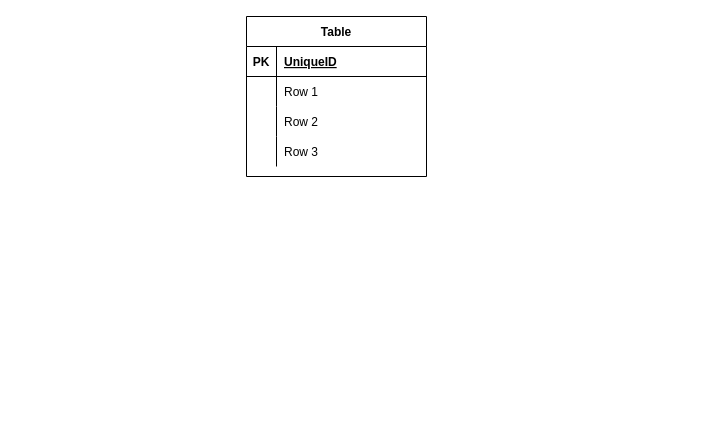
The draw.io diagram Database/PRN292_Assignment.drawio in passion-Infinity/PRN292_Assignment, before the edit. Source tidied: cells renumbered, new cells numbered last; positions are measured from the earlier drawing's top-left corner, leaving out a move shared by most shapes. Both pictures are drawn from the tidied source at 100%, with x=0, y=0 at pixel (246, 16).
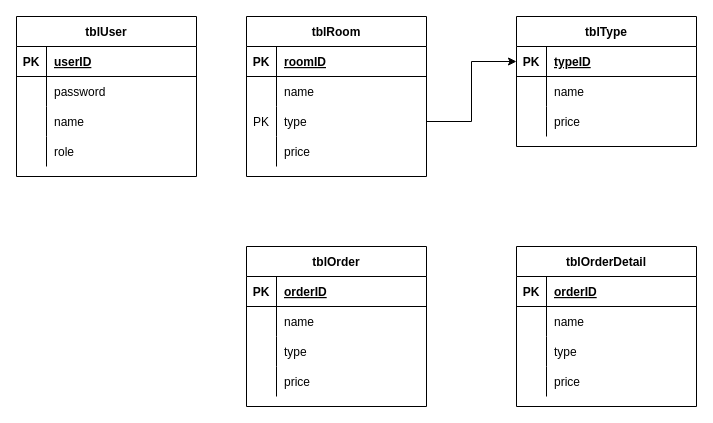
The same diagram, later.

The change refers to these unchanged cells:
```xml
<mxCell id="3" style="shape=partialRectangle;fillColor=none;top=0;left=0;bottom=1;right=0;" parent="2" vertex="1">
  <mxGeometry y="30" width="180" height="30" as="geometry" />
</mxCell>
<mxCell id="6" style="shape=partialRectangle;fillColor=none;top=0;left=0;bottom=0;right=0;" parent="2" vertex="1">
  <mxGeometry y="60" width="180" height="30" as="geometry" />
</mxCell>
<mxCell id="9" style="shape=partialRectangle;fillColor=none;top=0;left=0;bottom=0;right=0;points=[[0,0.5],[1,0.5]];portConstraint=eastwest;" parent="2" vertex="1">
  <mxGeometry y="90" width="180" height="30" as="geometry" />
</mxCell>
```

Diff of the diagram source:
```diff
@@
-    <mxCell id="2" value="Table" style="shape=table;startSize=30;childLayout=tableLayout;rowLines=0;fontStyle=1;align=center;" parent="1" vertex="1">
+    <mxCell id="2" value="tblRoom" style="shape=table;startSize=30;childLayout=tableLayout;rowLines=0;fontStyle=1;align=center;" parent="1" vertex="1">
       <mxGeometry width="180" height="160" as="geometry" />
     </mxCell>
@@
-    <mxCell id="5" value="UniqueID" style="shape=partialRectangle;fillColor=none;top=0;left=0;bottom=0;right=0;align=left;spacingLeft=6;fontStyle=5;overflow=hidden;" parent="3" vertex="1">
+    <mxCell id="5" value="roomID" style="shape=partialRectangle;fillColor=none;top=0;left=0;bottom=0;right=0;align=left;spacingLeft=6;fontStyle=5;overflow=hidden;" parent="3" vertex="1">
       <mxGeometry x="30" width="150" height="30" as="geometry" />
     </mxCell>
@@
-    <mxCell id="8" value="Row 1" style="shape=partialRectangle;fillColor=none;top=0;left=0;bottom=0;right=0;align=left;spacingLeft=6;overflow=hidden;" parent="6" vertex="1">
+    <mxCell id="8" value="name" style="shape=partialRectangle;fillColor=none;top=0;left=0;bottom=0;right=0;align=left;spacingLeft=6;overflow=hidden;" parent="6" vertex="1">
       <mxGeometry x="30" width="150" height="30" as="geometry" />
     </mxCell>
@@
-    <mxCell id="10" style="shape=partialRectangle;fillColor=none;top=0;left=0;bottom=0;right=0;overflow=hidden;" parent="9" vertex="1">
+    <mxCell id="10" value="PK" style="shape=partialRectangle;fillColor=none;top=0;left=0;bottom=0;right=0;overflow=hidden;" parent="9" vertex="1">
       <mxGeometry width="30" height="30" as="geometry" />
     </mxCell>
-    <mxCell id="11" value="Row 2" style="shape=partialRectangle;fillColor=none;top=0;left=0;bottom=0;right=0;align=left;spacingLeft=6;overflow=hidden;" parent="9" vertex="1">
+    <mxCell id="11" value="type" style="shape=partialRectangle;fillColor=none;top=0;left=0;bottom=0;right=0;align=left;spacingLeft=6;overflow=hidden;" parent="9" vertex="1">
       <mxGeometry x="30" width="150" height="30" as="geometry" />
     </mxCell>
-    <mxCell id="12" style="shape=partialRectangle;fillColor=none;top=0;left=0;bottom=0;right=0;" parent="2" vertex="1">
-      <mxGeometry y="120" width="180" height="30" as="geometry" />
-    </mxCell>
-    <mxCell id="13" style="shape=partialRectangle;fillColor=none;top=0;left=0;bottom=0;right=0;overflow=hidden;" parent="12" vertex="1">
-      <mxGeometry width="30" height="30" as="geometry" />
-    </mxCell>
-    <mxCell id="14" value="Row 3" style="shape=partialRectangle;fillColor=none;top=0;left=0;bottom=0;right=0;align=left;spacingLeft=6;overflow=hidden;" parent="12" vertex="1">
-      <mxGeometry x="30" width="150" height="30" as="geometry" />
-    </mxCell>
+    <mxCell id="15" style="shape=partialRectangle;fillColor=none;top=0;left=0;bottom=0;right=0;" parent="2" vertex="1">
+      <mxGeometry y="120" width="180" height="30" as="geometry" />
+    </mxCell>
+    <mxCell id="16" style="shape=partialRectangle;fillColor=none;top=0;left=0;bottom=0;right=0;overflow=hidden;" parent="15" vertex="1">
+      <mxGeometry width="30" height="30" as="geometry" />
+    </mxCell>
+    <mxCell id="17" value="price" style="shape=partialRectangle;fillColor=none;top=0;left=0;bottom=0;right=0;align=left;spacingLeft=6;overflow=hidden;" parent="15" vertex="1">
+      <mxGeometry x="30" width="150" height="30" as="geometry" />
+    </mxCell>
+    <mxCell id="18" value="tblType" style="shape=table;startSize=30;childLayout=tableLayout;rowLines=0;fontStyle=1;align=center;" parent="1" vertex="1">
+      <mxGeometry x="270" width="180" height="130" as="geometry" />
+    </mxCell>
+    <mxCell id="19" style="shape=partialRectangle;fillColor=none;top=0;left=0;bottom=1;right=0;points=[[0,0.5],[1,0.5]];portConstraint=eastwest;" parent="18" vertex="1">
+      <mxGeometry y="30" width="180" height="30" as="geometry" />
+    </mxCell>
+    <mxCell id="20" value="PK" style="shape=partialRectangle;fillColor=none;top=0;left=0;bottom=0;right=0;fontStyle=1;overflow=hidden;" parent="19" vertex="1">
+      <mxGeometry width="30" height="30" as="geometry" />
+    </mxCell>
+    <mxCell id="21" value="typeID" style="shape=partialRectangle;fillColor=none;top=0;left=0;bottom=0;right=0;align=left;spacingLeft=6;fontStyle=5;overflow=hidden;" parent="19" vertex="1">
+      <mxGeometry x="30" width="150" height="30" as="geometry" />
+    </mxCell>
+    <mxCell id="22" style="shape=partialRectangle;fillColor=none;top=0;left=0;bottom=0;right=0;" parent="18" vertex="1">
+      <mxGeometry y="60" width="180" height="30" as="geometry" />
+    </mxCell>
+    <mxCell id="23" style="shape=partialRectangle;fillColor=none;top=0;left=0;bottom=0;right=0;overflow=hidden;" parent="22" vertex="1">
+      <mxGeometry width="30" height="30" as="geometry" />
+    </mxCell>
+    <mxCell id="24" value="name" style="shape=partialRectangle;fillColor=none;top=0;left=0;bottom=0;right=0;align=left;spacingLeft=6;overflow=hidden;" parent="22" vertex="1">
+      <mxGeometry x="30" width="150" height="30" as="geometry" />
+    </mxCell>
+    <mxCell id="25" style="shape=partialRectangle;fillColor=none;top=0;left=0;bottom=0;right=0;" parent="18" vertex="1">
+      <mxGeometry y="90" width="180" height="30" as="geometry" />
+    </mxCell>
+    <mxCell id="26" style="shape=partialRectangle;fillColor=none;top=0;left=0;bottom=0;right=0;overflow=hidden;" parent="25" vertex="1">
+      <mxGeometry width="30" height="30" as="geometry" />
+    </mxCell>
+    <mxCell id="27" value="price" style="shape=partialRectangle;fillColor=none;top=0;left=0;bottom=0;right=0;align=left;spacingLeft=6;overflow=hidden;" parent="25" vertex="1">
+      <mxGeometry x="30" width="150" height="30" as="geometry" />
+    </mxCell>
+    <mxCell id="28" style="edgeStyle=orthogonalEdgeStyle;rounded=0;jettySize=auto;html=1;entryX=0;entryY=0.5;entryDx=0;entryDy=0;" parent="1" edge="1" source="9" target="19">
+      <mxGeometry relative="1" as="geometry" />
+    </mxCell>
+    <mxCell id="29" value="tblOrder" style="shape=table;startSize=30;childLayout=tableLayout;rowLines=0;fontStyle=1;align=center;" parent="1" vertex="1">
+      <mxGeometry y="230" width="180" height="160" as="geometry" />
+    </mxCell>
+    <mxCell id="30" style="shape=partialRectangle;fillColor=none;top=0;left=0;bottom=1;right=0;" parent="29" vertex="1">
+      <mxGeometry y="30" width="180" height="30" as="geometry" />
+    </mxCell>
+    <mxCell id="31" value="PK" style="shape=partialRectangle;fillColor=none;top=0;left=0;bottom=0;right=0;fontStyle=1;overflow=hidden;" parent="30" vertex="1">
+      <mxGeometry width="30" height="30" as="geometry" />
+    </mxCell>
+    <mxCell id="32" value="orderID" style="shape=partialRectangle;fillColor=none;top=0;left=0;bottom=0;right=0;align=left;spacingLeft=6;fontStyle=5;overflow=hidden;" parent="30" vertex="1">
+      <mxGeometry x="30" width="150" height="30" as="geometry" />
+    </mxCell>
+    <mxCell id="33" style="shape=partialRectangle;fillColor=none;top=0;left=0;bottom=0;right=0;" parent="29" vertex="1">
+      <mxGeometry y="60" width="180" height="30" as="geometry" />
+    </mxCell>
+    <mxCell id="34" style="shape=partialRectangle;fillColor=none;top=0;left=0;bottom=0;right=0;overflow=hidden;" parent="33" vertex="1">
+      <mxGeometry width="30" height="30" as="geometry" />
+    </mxCell>
+    <mxCell id="35" value="name" style="shape=partialRectangle;fillColor=none;top=0;left=0;bottom=0;right=0;align=left;spacingLeft=6;overflow=hidden;" parent="33" vertex="1">
+      <mxGeometry x="30" width="150" height="30" as="geometry" />
+    </mxCell>
+    <mxCell id="36" style="shape=partialRectangle;fillColor=none;top=0;left=0;bottom=0;right=0;" parent="29" vertex="1">
+      <mxGeometry y="90" width="180" height="30" as="geometry" />
+    </mxCell>
+    <mxCell id="37" style="shape=partialRectangle;fillColor=none;top=0;left=0;bottom=0;right=0;overflow=hidden;" parent="36" vertex="1">
+      <mxGeometry width="30" height="30" as="geometry" />
+    </mxCell>
+    <mxCell id="38" value="type" style="shape=partialRectangle;fillColor=none;top=0;left=0;bottom=0;right=0;align=left;spacingLeft=6;overflow=hidden;" parent="36" vertex="1">
+      <mxGeometry x="30" width="150" height="30" as="geometry" />
+    </mxCell>
+    <mxCell id="39" style="shape=partialRectangle;fillColor=none;top=0;left=0;bottom=0;right=0;" parent="29" vertex="1">
+      <mxGeometry y="120" width="180" height="30" as="geometry" />
+    </mxCell>
+    <mxCell id="40" style="shape=partialRectangle;fillColor=none;top=0;left=0;bottom=0;right=0;overflow=hidden;" parent="39" vertex="1">
+      <mxGeometry width="30" height="30" as="geometry" />
+    </mxCell>
+    <mxCell id="41" value="price" style="shape=partialRectangle;fillColor=none;top=0;left=0;bottom=0;right=0;align=left;spacingLeft=6;overflow=hidden;" parent="39" vertex="1">
+      <mxGeometry x="30" width="150" height="30" as="geometry" />
+    </mxCell>
+    <mxCell id="42" value="tblOrderDetail" style="shape=table;startSize=30;childLayout=tableLayout;rowLines=0;fontStyle=1;align=center;" parent="1" vertex="1">
+      <mxGeometry x="270" y="230" width="180" height="160" as="geometry" />
+    </mxCell>
+    <mxCell id="43" style="shape=partialRectangle;fillColor=none;top=0;left=0;bottom=1;right=0;" parent="42" vertex="1">
+      <mxGeometry y="30" width="180" height="30" as="geometry" />
+    </mxCell>
+    <mxCell id="44" value="PK" style="shape=partialRectangle;fillColor=none;top=0;left=0;bottom=0;right=0;fontStyle=1;overflow=hidden;" parent="43" vertex="1">
+      <mxGeometry width="30" height="30" as="geometry" />
+    </mxCell>
+    <mxCell id="45" value="orderID" style="shape=partialRectangle;fillColor=none;top=0;left=0;bottom=0;right=0;align=left;spacingLeft=6;fontStyle=5;overflow=hidden;" parent="43" vertex="1">
+      <mxGeometry x="30" width="150" height="30" as="geometry" />
+    </mxCell>
+    <mxCell id="46" style="shape=partialRectangle;fillColor=none;top=0;left=0;bottom=0;right=0;" parent="42" vertex="1">
+      <mxGeometry y="60" width="180" height="30" as="geometry" />
+    </mxCell>
+    <mxCell id="47" style="shape=partialRectangle;fillColor=none;top=0;left=0;bottom=0;right=0;overflow=hidden;" parent="46" vertex="1">
+      <mxGeometry width="30" height="30" as="geometry" />
+    </mxCell>
+    <mxCell id="48" value="name" style="shape=partialRectangle;fillColor=none;top=0;left=0;bottom=0;right=0;align=left;spacingLeft=6;overflow=hidden;" parent="46" vertex="1">
+      <mxGeometry x="30" width="150" height="30" as="geometry" />
+    </mxCell>
+    <mxCell id="49" style="shape=partialRectangle;fillColor=none;top=0;left=0;bottom=0;right=0;" parent="42" vertex="1">
+      <mxGeometry y="90" width="180" height="30" as="geometry" />
+    </mxCell>
+    <mxCell id="50" style="shape=partialRectangle;fillColor=none;top=0;left=0;bottom=0;right=0;overflow=hidden;" parent="49" vertex="1">
+      <mxGeometry width="30" height="30" as="geometry" />
+    </mxCell>
+    <mxCell id="51" value="type" style="shape=partialRectangle;fillColor=none;top=0;left=0;bottom=0;right=0;align=left;spacingLeft=6;overflow=hidden;" parent="49" vertex="1">
+      <mxGeometry x="30" width="150" height="30" as="geometry" />
+    </mxCell>
+    <mxCell id="52" style="shape=partialRectangle;fillColor=none;top=0;left=0;bottom=0;right=0;" parent="42" vertex="1">
+      <mxGeometry y="120" width="180" height="30" as="geometry" />
+    </mxCell>
+    <mxCell id="53" style="shape=partialRectangle;fillColor=none;top=0;left=0;bottom=0;right=0;overflow=hidden;" parent="52" vertex="1">
+      <mxGeometry width="30" height="30" as="geometry" />
+    </mxCell>
+    <mxCell id="54" value="price" style="shape=partialRectangle;fillColor=none;top=0;left=0;bottom=0;right=0;align=left;spacingLeft=6;overflow=hidden;" parent="52" vertex="1">
+      <mxGeometry x="30" width="150" height="30" as="geometry" />
+    </mxCell>
+    <mxCell id="55" value="tblUser" style="shape=table;startSize=30;childLayout=tableLayout;rowLines=0;fontStyle=1;align=center;" parent="1" vertex="1">
+      <mxGeometry x="-230" width="180" height="160" as="geometry" />
+    </mxCell>
+    <mxCell id="56" style="shape=partialRectangle;fillColor=none;top=0;left=0;bottom=1;right=0;" parent="55" vertex="1">
+      <mxGeometry y="30" width="180" height="30" as="geometry" />
+    </mxCell>
+    <mxCell id="57" value="PK" style="shape=partialRectangle;fillColor=none;top=0;left=0;bottom=0;right=0;fontStyle=1;overflow=hidden;" parent="56" vertex="1">
+      <mxGeometry width="30" height="30" as="geometry" />
+    </mxCell>
+    <mxCell id="58" value="userID" style="shape=partialRectangle;fillColor=none;top=0;left=0;bottom=0;right=0;align=left;spacingLeft=6;fontStyle=5;overflow=hidden;" parent="56" vertex="1">
+      <mxGeometry x="30" width="150" height="30" as="geometry" />
+    </mxCell>
+    <mxCell id="59" style="shape=partialRectangle;fillColor=none;top=0;left=0;bottom=0;right=0;" parent="55" vertex="1">
+      <mxGeometry y="60" width="180" height="30" as="geometry" />
+    </mxCell>
+    <mxCell id="60" style="shape=partialRectangle;fillColor=none;top=0;left=0;bottom=0;right=0;overflow=hidden;" parent="59" vertex="1">
+      <mxGeometry width="30" height="30" as="geometry" />
+    </mxCell>
+    <mxCell id="61" value="password" style="shape=partialRectangle;fillColor=none;top=0;left=0;bottom=0;right=0;align=left;spacingLeft=6;overflow=hidden;" parent="59" vertex="1">
+      <mxGeometry x="30" width="150" height="30" as="geometry" />
+    </mxCell>
+    <mxCell id="62" style="shape=partialRectangle;fillColor=none;top=0;left=0;bottom=0;right=0;" parent="55" vertex="1">
+      <mxGeometry y="90" width="180" height="30" as="geometry" />
+    </mxCell>
+    <mxCell id="63" style="shape=partialRectangle;fillColor=none;top=0;left=0;bottom=0;right=0;overflow=hidden;" parent="62" vertex="1">
+      <mxGeometry width="30" height="30" as="geometry" />
+    </mxCell>
+    <mxCell id="64" value="name" style="shape=partialRectangle;fillColor=none;top=0;left=0;bottom=0;right=0;align=left;spacingLeft=6;overflow=hidden;" parent="62" vertex="1">
+      <mxGeometry x="30" width="150" height="30" as="geometry" />
+    </mxCell>
+    <mxCell id="65" style="shape=partialRectangle;fillColor=none;top=0;left=0;bottom=0;right=0;" parent="55" vertex="1">
+      <mxGeometry y="120" width="180" height="30" as="geometry" />
+    </mxCell>
+    <mxCell id="66" style="shape=partialRectangle;fillColor=none;top=0;left=0;bottom=0;right=0;overflow=hidden;" parent="65" vertex="1">
+      <mxGeometry width="30" height="30" as="geometry" />
+    </mxCell>
+    <mxCell id="67" value="role" style="shape=partialRectangle;fillColor=none;top=0;left=0;bottom=0;right=0;align=left;spacingLeft=6;overflow=hidden;" parent="65" vertex="1">
+      <mxGeometry x="30" width="150" height="30" as="geometry" />
+    </mxCell>
```
